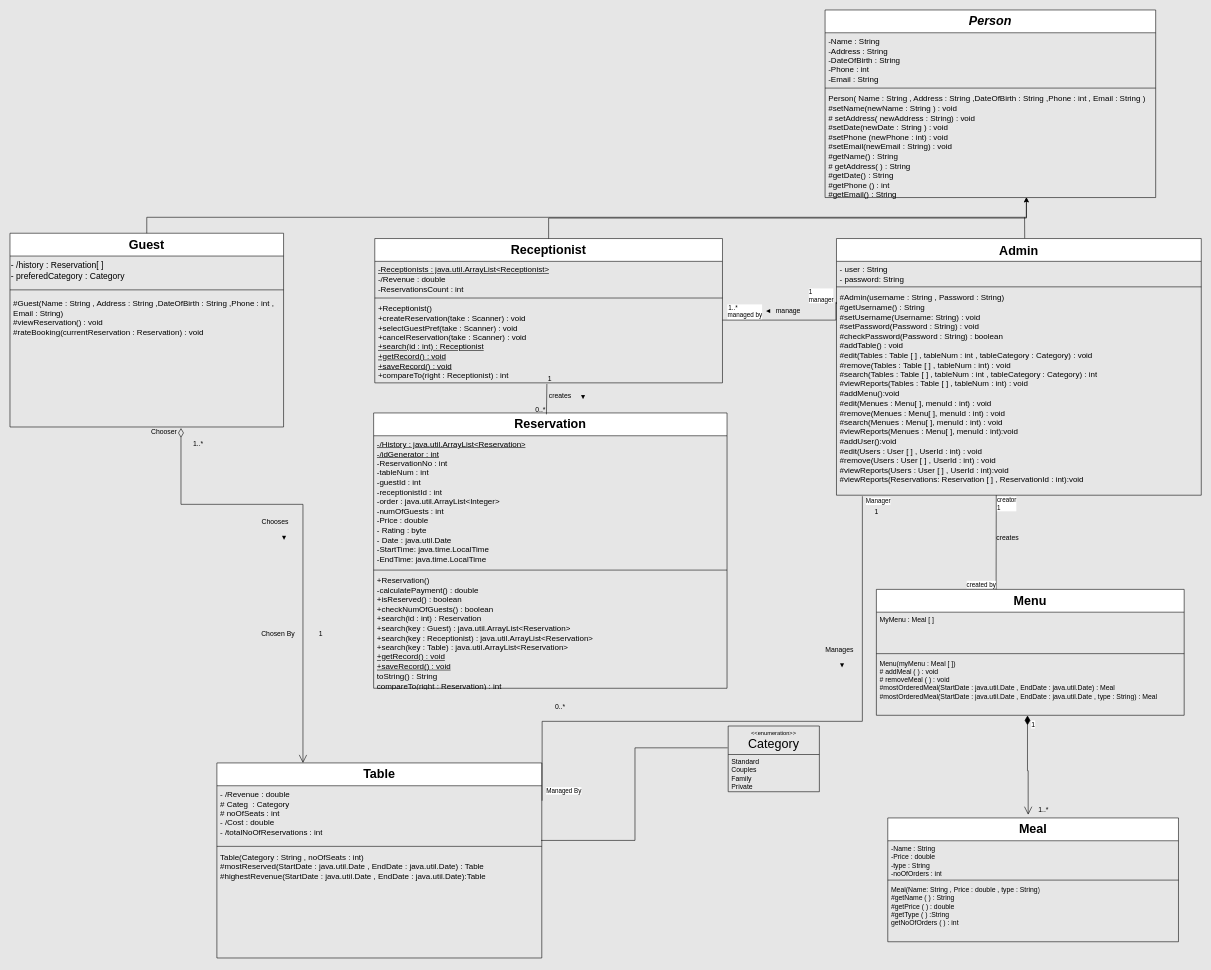
Above: UML for the project.drawio in abdelrahman218/Restaurant-Mangment-System (draw.io), before the change. Source tidied: cells renumbered, new cells numbered last; positions are measured from the earlier drawing's top-left corner, leaving out a move shared by most shapes. Both pictures are drawn from the tidied source at 57%, with x=0, y=0 at pixel (10, 10).
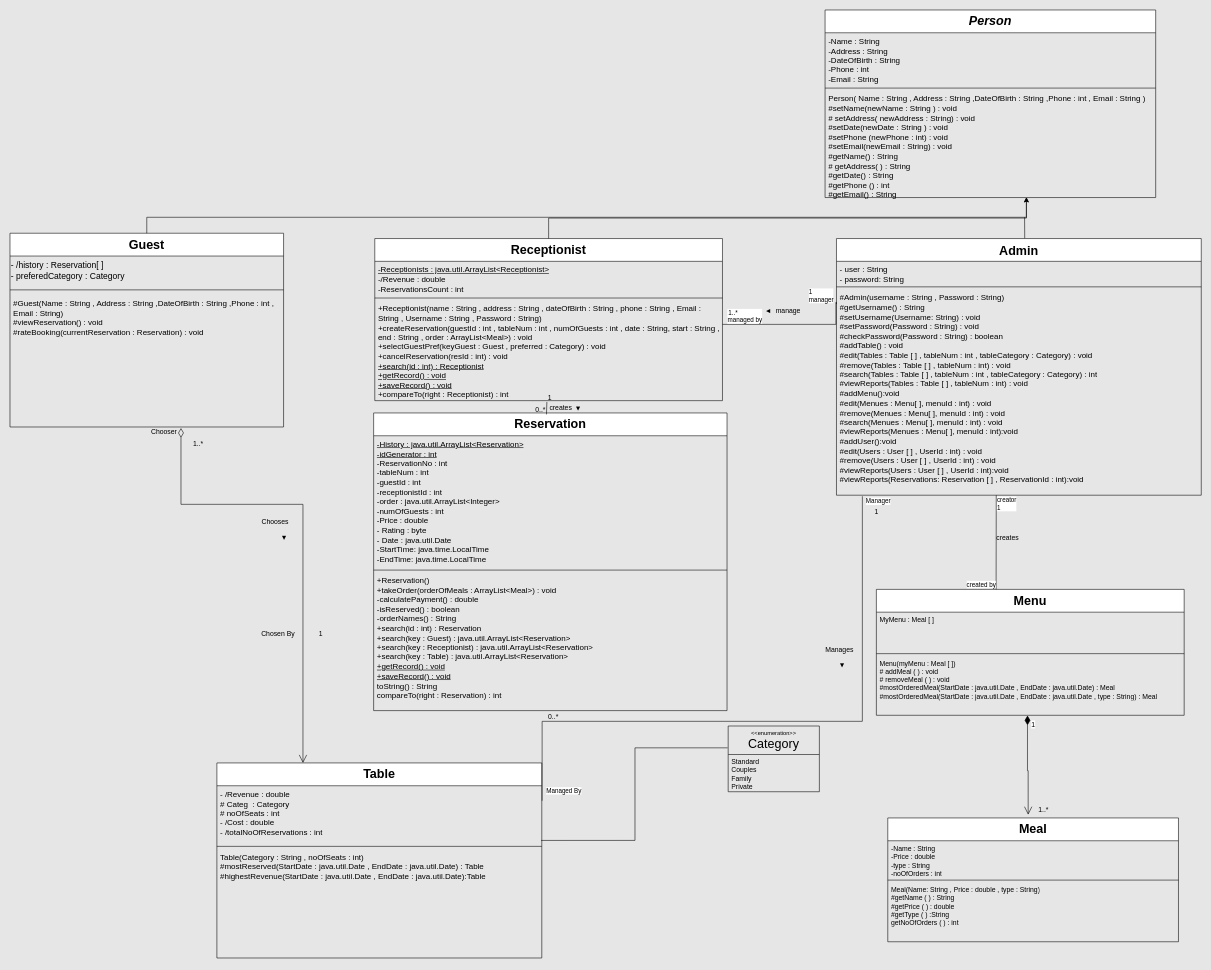
Above is the later version.

Unchanged cells that the change refers to:
```xml
<mxCell id="2" style="group;" parent="1" vertex="1">
  <mxGeometry width="2090" height="1632" as="geometry" />
</mxCell>
```

Diff of the diagram source:
```diff
@@
     <mxCell id="7" value="&lt;font style=&quot;font-size: 22px;&quot;&gt;Receptionist&lt;/font&gt;" style="swimlane;fontStyle=1;align=center;verticalAlign=top;horizontal=1;startSize=40;whiteSpace=wrap;html=1;" parent="2" vertex="1">
-      <mxGeometry x="640" y="401" width="610" height="253.2" as="geometry" />
+      <mxGeometry x="640" y="401" width="610" height="284.4" as="geometry" />
     </mxCell>
@@
-    <mxCell id="10" value="&lt;font style=&quot;font-size: 14px;&quot;&gt;+Receptionist()&lt;br&gt;+createReservation(take : Scanner) : void&lt;br style=&quot;border-color: var(--border-color);&quot;&gt;&lt;/font&gt;&lt;span style=&quot;font-size: 14px;&quot;&gt;+selectGuestPref(take : Scanner) : void&lt;br&gt;+cancelReservation(take : Scanner) : void&lt;br&gt;&lt;u&gt;+search(id : int) : Receptionist&lt;br&gt;+getRecord() : void&lt;br&gt;+saveRecord() : void&lt;/u&gt;&lt;br&gt;+compareTo(right : Receptionist) : int&lt;br&gt;&lt;/span&gt;" style="text;strokeColor=none;fillColor=none;align=left;verticalAlign=top;spacingLeft=4;spacingRight=4;overflow=hidden;points=[[0,0.5],[1,0.5]];portConstraint=eastwest;whiteSpace=wrap;html=1;" parent="7" vertex="1">
-      <mxGeometry y="108.1" width="610" height="145.1" as="geometry" />
+    <mxCell id="10" value="&lt;font style=&quot;font-size: 14px;&quot;&gt;+Receptionist(name : String , address : String , dateOfBirth : String , phone : String , Email : String , Username : String , Password : String)&lt;br&gt;+createReservation(guestId : int , tableNum : int , numOfGuests : int , date : String, start : String , end : String , order : ArrayList&amp;lt;Meal&amp;gt;) : void&lt;br style=&quot;border-color: var(--border-color);&quot;&gt;&lt;/font&gt;&lt;span style=&quot;font-size: 14px;&quot;&gt;+selectGuestPref(keyGuest : Guest , preferred : Category) : void&lt;br&gt;+cancelReservation(resId : int) : void&lt;br&gt;&lt;u&gt;+search(id : int) : Receptionist&lt;br&gt;+getRecord() : void&lt;br&gt;+saveRecord() : void&lt;/u&gt;&lt;br&gt;+compareTo(right : Receptionist) : int&lt;br&gt;&lt;/span&gt;" style="text;strokeColor=none;fillColor=none;align=left;verticalAlign=top;spacingLeft=4;spacingRight=4;overflow=hidden;points=[[0,0.5],[1,0.5]];portConstraint=eastwest;whiteSpace=wrap;html=1;" parent="7" vertex="1">
+      <mxGeometry y="108.1" width="610" height="176.3" as="geometry" />
     </mxCell>
@@
     <mxCell id="15" value="&lt;font style=&quot;font-size: 22px;&quot;&gt;Reservation&lt;/font&gt;" style="swimlane;fontStyle=1;align=center;verticalAlign=top;horizontal=1;startSize=40;whiteSpace=wrap;html=1;" parent="2" vertex="1">
-      <mxGeometry x="638" y="707" width="620" height="483" as="geometry" />
+      <mxGeometry x="638" y="707" width="620" height="522.2" as="geometry" />
     </mxCell>
-    <mxCell id="16" value="&lt;font style=&quot;font-size: 14px;&quot;&gt;&lt;u&gt;-/History : java.util.ArrayList&amp;lt;Reservation&amp;gt;&lt;br&gt;-/idGenerator : int&lt;/u&gt;&lt;br&gt;-ReservationNo : int&lt;br&gt;-tableNum : int&lt;br&gt;-guestId : int&lt;br&gt;-receptionistId : int&lt;br&gt;-order : java.util.ArrayList&amp;lt;Integer&amp;gt;&amp;nbsp;&lt;br&gt;-numOfGuests : int&lt;br&gt;-Price : double&lt;br&gt;- Rating : byte&lt;br&gt;- Date : java.util.Date&lt;br&gt;-StartTime: java.time.LocalTime&lt;br&gt;-EndTime: java.time.LocalTime&lt;br&gt;&lt;/font&gt;" style="text;strokeColor=none;fillColor=none;align=left;verticalAlign=top;spacingLeft=4;spacingRight=4;overflow=hidden;whiteSpace=wrap;html=1;" parent="15" vertex="1">
+    <mxCell id="16" value="&lt;font style=&quot;font-size: 14px;&quot;&gt;&lt;u&gt;-History : java.util.ArrayList&amp;lt;Reservation&amp;gt;&lt;br&gt;-idGenerator : int&lt;/u&gt;&lt;br&gt;-ReservationNo : int&lt;br&gt;-tableNum : int&lt;br&gt;-guestId : int&lt;br&gt;-receptionistId : int&lt;br&gt;-order : java.util.ArrayList&amp;lt;Integer&amp;gt;&amp;nbsp;&lt;br&gt;-numOfGuests : int&lt;br&gt;-Price : double&lt;br&gt;- Rating : byte&lt;br&gt;- Date : java.util.Date&lt;br&gt;-StartTime: java.time.LocalTime&lt;br&gt;-EndTime: java.time.LocalTime&lt;br&gt;&lt;/font&gt;" style="text;strokeColor=none;fillColor=none;align=left;verticalAlign=top;spacingLeft=4;spacingRight=4;overflow=hidden;whiteSpace=wrap;html=1;" parent="15" vertex="1">
       <mxGeometry y="40" width="620" height="231.9" as="geometry" />
     </mxCell>
@@
-    <mxCell id="18" value="&lt;font style=&quot;font-size: 14px;&quot;&gt;+Reservation()&lt;br&gt;-calculatePayment() : double&lt;br&gt;+isReserved() : boolean&lt;br&gt;+checkNumOfGuests() : boolean&lt;br&gt;+search(id : int) : Reservation&lt;br&gt;+search(key : Guest) : java.util.ArrayList&amp;lt;Reservation&amp;gt;&lt;br&gt;+search(key : Receptionist) : java.util.ArrayList&amp;lt;Reservation&amp;gt;&lt;br style=&quot;border-color: var(--border-color);&quot;&gt;+search(key : Table) : java.util.ArrayList&amp;lt;Reservation&amp;gt;&lt;br&gt;&lt;u&gt;+getRecord() : void&lt;br&gt;+saveRecord() : void&lt;br&gt;&lt;/u&gt;toString() : String&lt;br&gt;compareTo(right : Reservation) : int&lt;br style=&quot;border-color: var(--border-color);&quot;&gt;&lt;/font&gt;" style="text;strokeColor=none;fillColor=none;align=left;verticalAlign=top;spacingLeft=4;spacingRight=4;overflow=hidden;whiteSpace=wrap;html=1;" parent="15" vertex="1">
-      <mxGeometry y="279.4" width="620" height="203.7" as="geometry" />
+    <mxCell id="18" value="&lt;font style=&quot;font-size: 14px;&quot;&gt;+Reservation()&lt;br&gt;+takeOrder(orderOfMeals : ArrayList&amp;lt;Meal&amp;gt;) : void&lt;br&gt;-calculatePayment() : double&lt;br&gt;-isReserved() : boolean&lt;br&gt;-orderNames() : String&lt;br&gt;+search(id : int) : Reservation&lt;br&gt;+search(key : Guest) : java.util.ArrayList&amp;lt;Reservation&amp;gt;&lt;br&gt;+search(key : Receptionist) : java.util.ArrayList&amp;lt;Reservation&amp;gt;&lt;br style=&quot;border-color: var(--border-color);&quot;&gt;+search(key : Table) : java.util.ArrayList&amp;lt;Reservation&amp;gt;&lt;br&gt;&lt;u&gt;+getRecord() : void&lt;br&gt;+saveRecord() : void&lt;br&gt;&lt;/u&gt;toString() : String&lt;br&gt;compareTo(right : Reservation) : int&lt;br style=&quot;border-color: var(--border-color);&quot;&gt;&lt;/font&gt;" style="text;strokeColor=none;fillColor=none;align=left;verticalAlign=top;spacingLeft=4;spacingRight=4;overflow=hidden;whiteSpace=wrap;html=1;" parent="15" vertex="1">
+      <mxGeometry y="279.4" width="620" height="242.8" as="geometry" />
     </mxCell>
@@
     <mxCell id="63" value="0..*" style="text;html=1;align=center;verticalAlign=middle;strokeColor=none;fillColor=none;" parent="2" vertex="1">
-      <mxGeometry x="945" y="1207.4" width="40" height="30" as="geometry" />
+      <mxGeometry x="933" y="1226.2" width="40" height="30" as="geometry" />
     </mxCell>
@@
     <mxCell id="69" value="creates" style="text;html=1;align=center;verticalAlign=middle;strokeColor=none;fillColor=none;" parent="2" vertex="1">
-      <mxGeometry x="936.5" y="665" width="57" height="26" as="geometry" />
+      <mxGeometry x="937" y="685.4" width="57" height="26" as="geometry" />
     </mxCell>
     <mxCell id="70" value="◄" style="text;html=1;align=center;verticalAlign=middle;strokeColor=none;fillColor=none;rotation=-90;" parent="2" vertex="1">
-      <mxGeometry x="985" y="665" width="40" height="30" as="geometry" />
+      <mxGeometry x="977" y="685.4" width="40" height="30" as="geometry" />
     </mxCell>
```
